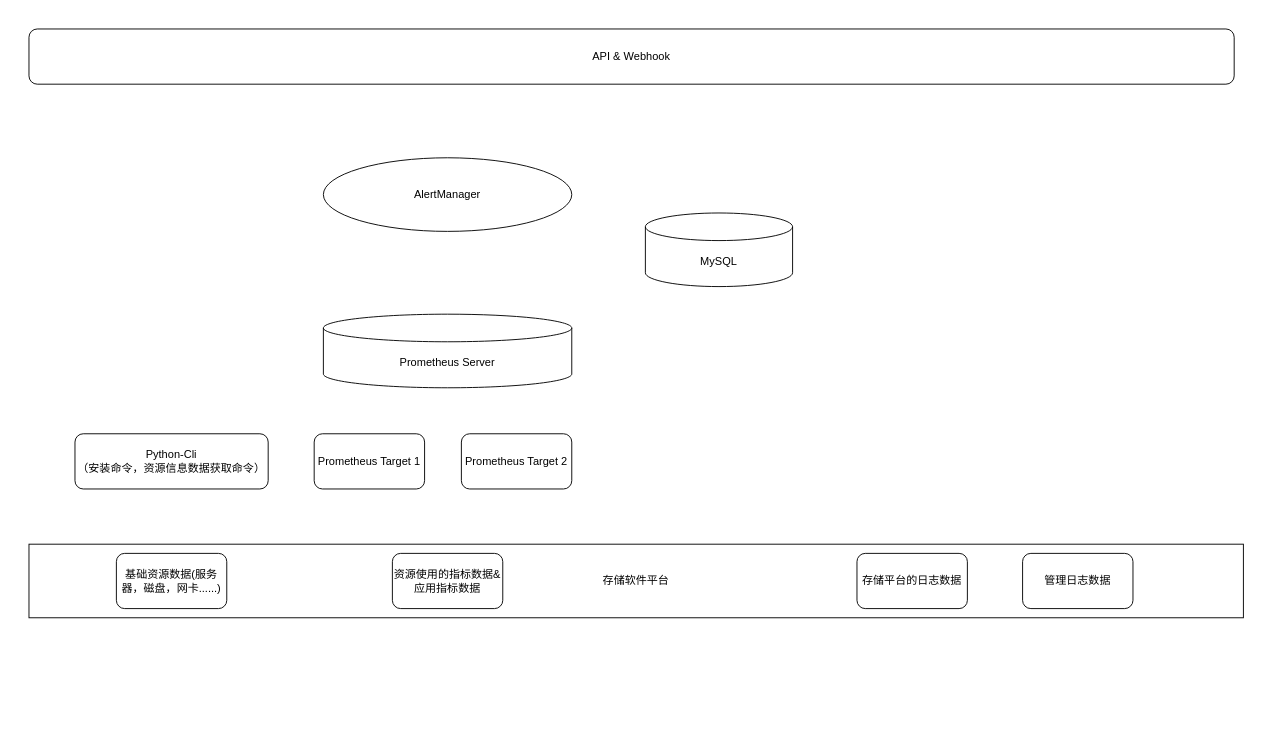
The draw.io diagram 智能运维平台.drawio in yihezhou/diagrams, before the edit. Source tidied: cells renumbered, new cells numbered last; positions are measured from the earlier drawing's top-left corner, leaving out a move shared by most shapes. Both pictures are drawn from the tidied source at 92%, with x=0, y=0 at pixel (29, 29).
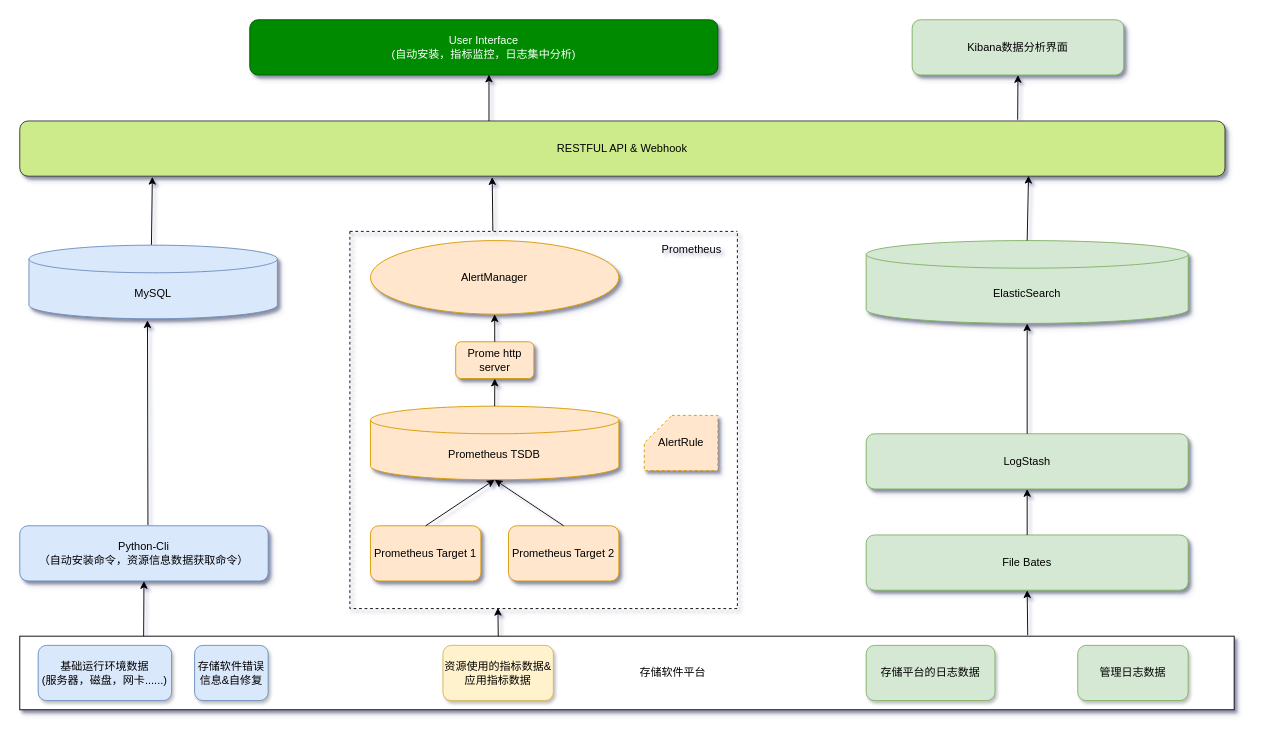
The same diagram, later.

Commit message:
Update 智能运维平台.drawio

The edit, as a diff of the source:
```diff
@@
-<mxGraphModel>
+<mxGraphModel shadow="1">
@@
-    <mxCell id="2" value="存储软件平台" style="rounded=0;whiteSpace=wrap;html=1;" parent="1" vertex="1">
-      <mxGeometry y="560" width="1320" height="80" as="geometry" />
+    <mxCell id="2" value="&amp;nbsp; &amp;nbsp; &amp;nbsp; &amp;nbsp; &amp;nbsp; &amp;nbsp; &amp;nbsp; &amp;nbsp; &amp;nbsp; &amp;nbsp; &amp;nbsp; &amp;nbsp; &amp;nbsp; &amp;nbsp; &amp;nbsp; 存储软件平台" style="rounded=0;whiteSpace=wrap;html=1;shadow=1;" parent="1" vertex="1">
+      <mxGeometry x="-10" y="660" width="1320" height="80" as="geometry" />
     </mxCell>
-    <mxCell id="3" value="&lt;span&gt;基础资源数据(服务器，磁盘，网卡......)&lt;/span&gt;" style="rounded=1;whiteSpace=wrap;html=1;" parent="1" vertex="1">
-      <mxGeometry x="95" y="570" width="120" height="60" as="geometry" />
+    <mxCell id="3" value="&lt;span&gt;基础运行环境数据&lt;br&gt;(服务器，磁盘，网卡......)&lt;/span&gt;" style="rounded=1;whiteSpace=wrap;html=1;fillColor=#dae8fc;strokeColor=#6c8ebf;shadow=1;" parent="1" vertex="1">
+      <mxGeometry x="10" y="670" width="145" height="60" as="geometry" />
     </mxCell>
-    <mxCell id="4" value="资源使用的指标数据&amp;amp;应用指标数据" style="rounded=1;whiteSpace=wrap;html=1;" parent="1" vertex="1">
-      <mxGeometry x="395" y="570" width="120" height="60" as="geometry" />
+    <mxCell id="4" value="资源使用的指标数据&amp;amp;应用指标数据" style="rounded=1;whiteSpace=wrap;html=1;fillColor=#fff2cc;strokeColor=#d6b656;shadow=1;" parent="1" vertex="1">
+      <mxGeometry x="450" y="670" width="120" height="60" as="geometry" />
     </mxCell>
-    <mxCell id="5" value="存储平台的日志数据" style="rounded=1;whiteSpace=wrap;html=1;" parent="1" vertex="1">
-      <mxGeometry x="900" y="570" width="120" height="60" as="geometry" />
+    <mxCell id="5" value="存储平台的日志数据" style="rounded=1;whiteSpace=wrap;html=1;fillColor=#d5e8d4;strokeColor=#82b366;shadow=1;" parent="1" vertex="1">
+      <mxGeometry x="910" y="670" width="140" height="60" as="geometry" />
     </mxCell>
-    <mxCell id="6" value="Python-Cli&lt;br&gt;（安装命令，资源信息数据获取命令）" style="rounded=1;whiteSpace=wrap;html=1;" parent="1" vertex="1">
-      <mxGeometry x="50" y="440" width="210" height="60" as="geometry" />
+    <mxCell id="6" value="Python-Cli&lt;br&gt;（自动安装命令，资源信息数据获取命令）" style="rounded=1;whiteSpace=wrap;html=1;fillColor=#dae8fc;strokeColor=#6c8ebf;shadow=1;" parent="1" vertex="1">
+      <mxGeometry x="-10" y="540" width="270" height="60" as="geometry" />
     </mxCell>
-    <mxCell id="7" value="Prometheus Server" style="shape=cylinder3;whiteSpace=wrap;html=1;boundedLbl=1;backgroundOutline=1;size=15;" parent="1" vertex="1">
-      <mxGeometry x="320" y="310" width="270" height="80" as="geometry" />
+    <mxCell id="7" value="Prometheus TSDB" style="shape=cylinder3;whiteSpace=wrap;html=1;boundedLbl=1;backgroundOutline=1;size=15;shadow=1;fillColor=#ffe6cc;strokeColor=#d79b00;" parent="1" vertex="1">
+      <mxGeometry x="371.2" y="410" width="270" height="80" as="geometry" />
     </mxCell>
-    <mxCell id="8" value="Prometheus Target 1" style="rounded=1;whiteSpace=wrap;html=1;" parent="1" vertex="1">
-      <mxGeometry x="310" y="440" width="120" height="60" as="geometry" />
+    <mxCell id="8" value="Prometheus Target 1" style="rounded=1;whiteSpace=wrap;html=1;shadow=1;fillColor=#ffe6cc;strokeColor=#d79b00;" parent="1" vertex="1">
+      <mxGeometry x="371.2" y="540" width="120" height="60" as="geometry" />
     </mxCell>
-    <mxCell id="9" value="Prometheus Target 2" style="rounded=1;whiteSpace=wrap;html=1;" parent="1" vertex="1">
-      <mxGeometry x="470" y="440" width="120" height="60" as="geometry" />
+    <mxCell id="9" value="Prometheus Target 2" style="rounded=1;whiteSpace=wrap;html=1;shadow=1;fillColor=#ffe6cc;strokeColor=#d79b00;" parent="1" vertex="1">
+      <mxGeometry x="521.2" y="540" width="120" height="60" as="geometry" />
     </mxCell>
-    <mxCell id="10" value="AlertManager" style="ellipse;whiteSpace=wrap;html=1;" parent="1" vertex="1">
-      <mxGeometry x="320" y="140" width="270" height="80" as="geometry" />
+    <mxCell id="10" value="AlertManager" style="ellipse;whiteSpace=wrap;html=1;shadow=1;fillColor=#ffe6cc;strokeColor=#d79b00;" parent="1" vertex="1">
+      <mxGeometry x="371.2" y="230" width="270" height="80" as="geometry" />
     </mxCell>
-    <mxCell id="11" value="API &amp;amp; Webhook" style="rounded=1;whiteSpace=wrap;html=1;" parent="1" vertex="1">
-      <mxGeometry width="1310" height="60" as="geometry" />
+    <mxCell id="11" value="RESTFUL API &amp;amp; Webhook" style="rounded=1;whiteSpace=wrap;html=1;shadow=1;fillColor=#cdeb8b;strokeColor=#36393d;" parent="1" vertex="1">
+      <mxGeometry x="-10" y="100" width="1310" height="60" as="geometry" />
     </mxCell>
-    <mxCell id="12" value="管理日志数据" style="rounded=1;whiteSpace=wrap;html=1;" parent="1" vertex="1">
-      <mxGeometry x="1080" y="570" width="120" height="60" as="geometry" />
+    <mxCell id="12" value="管理日志数据" style="rounded=1;whiteSpace=wrap;html=1;fillColor=#d5e8d4;strokeColor=#82b366;shadow=1;" parent="1" vertex="1">
+      <mxGeometry x="1140" y="670" width="120" height="60" as="geometry" />
     </mxCell>
-    <mxCell id="13" value="MySQL" style="shape=cylinder3;whiteSpace=wrap;html=1;boundedLbl=1;backgroundOutline=1;size=15;" parent="1" vertex="1">
-      <mxGeometry x="670" y="200" width="160" height="80" as="geometry" />
+    <mxCell id="13" value="MySQL" style="shape=cylinder3;whiteSpace=wrap;html=1;boundedLbl=1;backgroundOutline=1;size=15;shadow=1;fillColor=#dae8fc;strokeColor=#6c8ebf;" parent="1" vertex="1">
+      <mxGeometry y="235" width="270" height="80" as="geometry" />
     </mxCell>
+    <mxCell id="14" value="Prome http server" style="rounded=1;whiteSpace=wrap;html=1;shadow=1;fillColor=#ffe6cc;strokeColor=#d79b00;" parent="1" vertex="1">
+      <mxGeometry x="463.8" y="340" width="85" height="40" as="geometry" />
+    </mxCell>
+    <mxCell id="15" value="存储软件错误信息&amp;amp;自修复" style="rounded=1;whiteSpace=wrap;html=1;fillColor=#dae8fc;strokeColor=#6c8ebf;shadow=1;" parent="1" vertex="1">
+      <mxGeometry x="180" y="670" width="80" height="60" as="geometry" />
+    </mxCell>
+    <mxCell id="16" value="User Interface&lt;br&gt;(自动安装，指标监控，日志集中分析)" style="rounded=1;whiteSpace=wrap;html=1;shadow=1;fillColor=#008a00;fontColor=#ffffff;strokeColor=#005700;" parent="1" vertex="1">
+      <mxGeometry x="240" y="-10" width="508.8" height="60" as="geometry" />
+    </mxCell>
+    <mxCell id="17" value="File Bates" style="rounded=1;whiteSpace=wrap;html=1;shadow=1;fillColor=#d5e8d4;strokeColor=#82b366;" parent="1" vertex="1">
+      <mxGeometry x="910" y="550" width="350" height="60" as="geometry" />
+    </mxCell>
+    <mxCell id="18" value="LogStash" style="rounded=1;whiteSpace=wrap;html=1;shadow=1;fillColor=#d5e8d4;strokeColor=#82b366;" parent="1" vertex="1">
+      <mxGeometry x="910" y="440" width="350" height="60" as="geometry" />
+    </mxCell>
+    <mxCell id="19" value="ElasticSearch" style="shape=cylinder3;whiteSpace=wrap;html=1;boundedLbl=1;backgroundOutline=1;size=15;shadow=1;fillColor=#d5e8d4;strokeColor=#82b366;" parent="1" vertex="1">
+      <mxGeometry x="910" y="230" width="350" height="90" as="geometry" />
+    </mxCell>
+    <mxCell id="20" value="Kibana数据分析界面" style="rounded=1;whiteSpace=wrap;html=1;shadow=1;fillColor=#d5e8d4;strokeColor=#82b366;" parent="1" vertex="1">
+      <mxGeometry x="960" y="-10" width="230" height="60" as="geometry" />
+    </mxCell>
+    <mxCell id="21" style="swimlane;startSize=0;shadow=1;dashed=1;" parent="1" vertex="1">
+      <mxGeometry x="348.8" y="220" width="421.2" height="410" as="geometry" />
+    </mxCell>
+    <mxCell id="22" value="AlertRule" style="shape=card;whiteSpace=wrap;html=1;shadow=1;dashed=1;fillColor=#ffe6cc;strokeColor=#d79b00;" parent="21" vertex="1">
+      <mxGeometry x="320" y="200" width="80" height="60" as="geometry" />
+    </mxCell>
+    <mxCell id="23" value="Prometheus" style="text;html=1;align=center;verticalAlign=middle;strokeColor=none;fillColor=none;" parent="21" vertex="1">
+      <mxGeometry x="331.2" y="10" width="80" height="20" as="geometry" />
+    </mxCell>
+    <mxCell id="24" style="endArrow=classic;html=1;rounded=0;entryX=0.5;entryY=1;entryDx=0;entryDy=0;exitX=0.102;exitY=0;exitDx=0;exitDy=0;exitPerimeter=0;" parent="1" edge="1" source="2" target="6">
+      <mxGeometry relative="1" as="geometry" />
+    </mxCell>
+    <mxCell id="25" style="endArrow=classic;html=1;rounded=0;entryX=0.477;entryY=1.02;entryDx=0;entryDy=0;entryPerimeter=0;exitX=0.516;exitY=-0.013;exitDx=0;exitDy=0;exitPerimeter=0;" parent="1" edge="1" source="6" target="13">
+      <mxGeometry relative="1" as="geometry" />
+    </mxCell>
+    <mxCell id="26" style="endArrow=classic;html=1;rounded=0;entryX=0.11;entryY=1.011;entryDx=0;entryDy=0;entryPerimeter=0;exitX=0.493;exitY=-0.006;exitDx=0;exitDy=0;exitPerimeter=0;" parent="1" edge="1" source="13" target="11">
+      <mxGeometry relative="1" as="geometry" />
+    </mxCell>
+    <mxCell id="27" style="endArrow=classic;html=1;rounded=0;exitX=0.394;exitY=-0.001;exitDx=0;exitDy=0;exitPerimeter=0;entryX=0.382;entryY=0.998;entryDx=0;entryDy=0;entryPerimeter=0;" parent="1" edge="1" source="2" target="21">
+      <mxGeometry relative="1" as="geometry" />
+    </mxCell>
+    <mxCell id="28" style="endArrow=classic;html=1;rounded=0;entryX=0.392;entryY=1.017;entryDx=0;entryDy=0;entryPerimeter=0;exitX=0.369;exitY=-0.001;exitDx=0;exitDy=0;exitPerimeter=0;" parent="1" edge="1" source="21" target="11">
+      <mxGeometry relative="1" as="geometry" />
+    </mxCell>
+    <mxCell id="29" style="endArrow=classic;html=1;rounded=0;exitX=0.83;exitY=-0.012;exitDx=0;exitDy=0;exitPerimeter=0;entryX=0.5;entryY=1;entryDx=0;entryDy=0;" parent="1" edge="1" source="2" target="17">
+      <mxGeometry relative="1" as="geometry" />
+    </mxCell>
+    <mxCell id="30" style="endArrow=classic;html=1;rounded=0;exitX=0.5;exitY=0;exitDx=0;exitDy=0;entryX=0.5;entryY=1;entryDx=0;entryDy=0;" parent="1" edge="1" source="17" target="18">
+      <mxGeometry relative="1" as="geometry" />
+    </mxCell>
+    <mxCell id="31" style="endArrow=classic;html=1;rounded=0;exitX=0.5;exitY=0;exitDx=0;exitDy=0;entryX=0.5;entryY=1;entryDx=0;entryDy=0;entryPerimeter=0;" parent="1" edge="1" source="18" target="19">
+      <mxGeometry relative="1" as="geometry" />
+    </mxCell>
+    <mxCell id="32" style="endArrow=classic;html=1;rounded=0;entryX=0.837;entryY=0.992;entryDx=0;entryDy=0;entryPerimeter=0;exitX=0.5;exitY=0;exitDx=0;exitDy=0;exitPerimeter=0;" parent="1" edge="1" source="19" target="11">
+      <mxGeometry relative="1" as="geometry" />
+    </mxCell>
+    <mxCell id="33" style="endArrow=classic;html=1;rounded=0;entryX=0.511;entryY=0.992;entryDx=0;entryDy=0;entryPerimeter=0;" parent="1" edge="1" target="16">
+      <mxGeometry relative="1" as="geometry">
+        <mxPoint x="500" y="100" as="sourcePoint" />
+      </mxGeometry>
+    </mxCell>
+    <mxCell id="34" style="endArrow=classic;html=1;rounded=0;entryX=0.5;entryY=1;entryDx=0;entryDy=0;exitX=0.828;exitY=-0.022;exitDx=0;exitDy=0;exitPerimeter=0;" parent="1" edge="1" source="11" target="20">
+      <mxGeometry relative="1" as="geometry" />
+    </mxCell>
+    <mxCell id="35" style="endArrow=classic;html=1;rounded=0;exitX=0.5;exitY=0;exitDx=0;exitDy=0;entryX=0.5;entryY=1;entryDx=0;entryDy=0;entryPerimeter=0;" parent="1" edge="1" source="8" target="7">
+      <mxGeometry relative="1" as="geometry" />
+    </mxCell>
+    <mxCell id="36" style="endArrow=classic;html=1;rounded=0;exitX=0.5;exitY=0;exitDx=0;exitDy=0;entryX=0.5;entryY=1;entryDx=0;entryDy=0;entryPerimeter=0;" parent="1" edge="1" source="9" target="7">
+      <mxGeometry relative="1" as="geometry" />
+    </mxCell>
+    <mxCell id="37" style="endArrow=classic;html=1;rounded=0;exitX=0.5;exitY=0;exitDx=0;exitDy=0;entryX=0.5;entryY=1;entryDx=0;entryDy=0;exitPerimeter=0;" parent="1" edge="1" source="7" target="14">
+      <mxGeometry relative="1" as="geometry" />
+    </mxCell>
+    <mxCell id="38" style="endArrow=classic;html=1;rounded=0;exitX=0.5;exitY=0;exitDx=0;exitDy=0;entryX=0.5;entryY=1;entryDx=0;entryDy=0;" parent="1" edge="1" source="14" target="10">
+      <mxGeometry relative="1" as="geometry" />
+    </mxCell>
```
